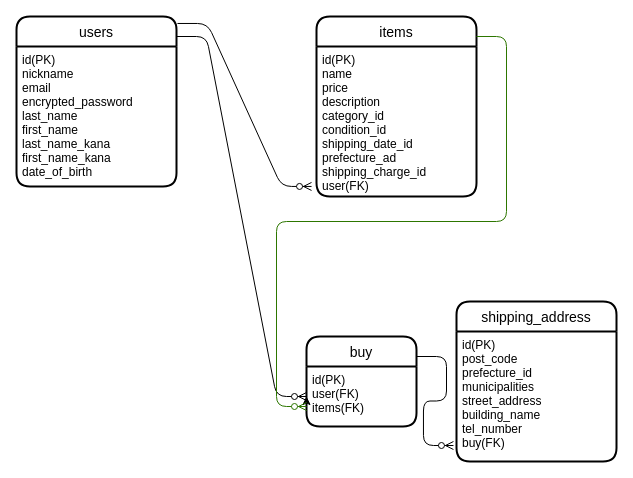
Before: test.dio in naotosun/furima-39880, a draw.io diagram. Source tidied: cells renumbered, new cells numbered last; positions are measured from the earlier drawing's top-left corner, leaving out a move shared by most shapes. Both pictures are drawn from the tidied source at 100%, with x=0, y=0 at pixel (16, 16).
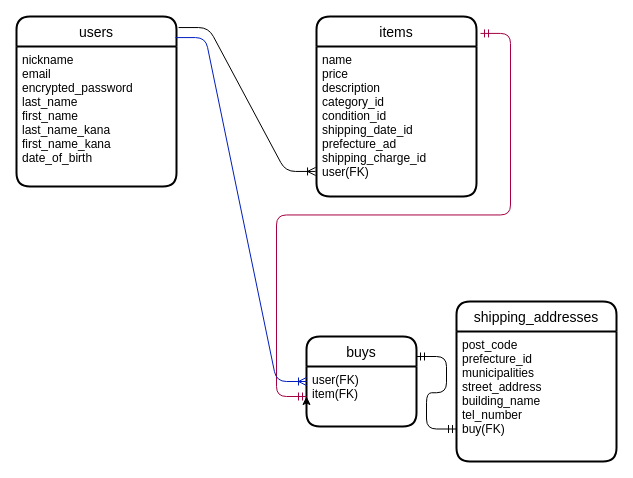
The same page after the edit.

Commit message (it also covers changes not shown here):
DB設計修正後

Diff of the diagram source:
```diff
@@
 <mxGraphModel>
   <root>
     <mxCell id="0" />
     <mxCell id="1" parent="0" />
     <mxCell id="2" value="users" style="swimlane;horizontal=1;startSize=30;rounded=1;fontSize=14;fontStyle=0;strokeWidth=2;shadow=0;dashed=0;align=center;" parent="1" vertex="1">
       <mxGeometry width="160" height="170" as="geometry" />
     </mxCell>
-    <mxCell id="3" value="id(PK)&#10;nickname&#10;email&#10;encrypted_password&#10;last_name&#10;first_name&#10;last_name_kana&#10;first_name_kana&#10;date_of_birth" style="align=left;strokeColor=none;fillColor=none;spacingLeft=4;fontSize=12;verticalAlign=top;" parent="2" vertex="1">
+    <mxCell id="3" value="nickname&#10;email&#10;encrypted_password&#10;last_name&#10;first_name&#10;last_name_kana&#10;first_name_kana&#10;date_of_birth" style="align=left;strokeColor=none;fillColor=none;spacingLeft=4;fontSize=12;verticalAlign=top;" parent="2" vertex="1">
       <mxGeometry y="30" width="160" height="140" as="geometry" />
     </mxCell>
     <mxCell id="4" value="items" style="swimlane;horizontal=1;startSize=30;rounded=1;fontSize=14;fontStyle=0;strokeWidth=2;shadow=0;dashed=0;align=center;" parent="1" vertex="1">
       <mxGeometry x="300" width="160" height="180" as="geometry" />
     </mxCell>
-    <mxCell id="5" value="id(PK)&#10;name&#10;price&#10;description&#10;category_id&#10;condition_id&#10;shipping_date_id&#10;prefecture_ad&#10;shipping_charge_id&#10;user(FK)&#10;" style="align=left;strokeColor=none;fillColor=none;spacingLeft=4;fontSize=12;verticalAlign=top;" parent="4" vertex="1">
+    <mxCell id="5" value="name&#10;price&#10;description&#10;category_id&#10;condition_id&#10;shipping_date_id&#10;prefecture_ad&#10;shipping_charge_id&#10;user(FK)&#10;" style="align=left;strokeColor=none;fillColor=none;spacingLeft=4;fontSize=12;verticalAlign=top;" parent="4" vertex="1">
       <mxGeometry y="30" width="160" height="150" as="geometry" />
     </mxCell>
-    <mxCell id="6" style="edgeStyle=entityRelationEdgeStyle;fontSize=12;html=1;endArrow=ERzeroToMany;endFill=1;exitX=1.006;exitY=0.041;exitDx=0;exitDy=0;exitPerimeter=0;entryX=-0.031;entryY=0.933;entryDx=0;entryDy=0;entryPerimeter=0;" parent="1" edge="1" source="2" target="5">
-      <mxGeometry relative="1" as="geometry" />
-    </mxCell>
-    <mxCell id="7" value="shipping_address" style="swimlane;horizontal=1;startSize=30;rounded=1;fontSize=14;fontStyle=0;strokeWidth=2;shadow=0;dashed=0;align=center;" parent="1" vertex="1">
+    <mxCell id="7" value="shipping_addresses" style="swimlane;horizontal=1;startSize=30;rounded=1;fontSize=14;fontStyle=0;strokeWidth=2;shadow=0;dashed=0;align=center;" parent="1" vertex="1">
       <mxGeometry x="440" y="285" width="160" height="160" as="geometry" />
     </mxCell>
-    <mxCell id="8" value="id(PK)&#10;post_code&#10;prefecture_id &#10;municipalities&#10;street_address&#10;building_name&#10;tel_number &#10;buy(FK)" style="align=left;strokeColor=none;fillColor=none;spacingLeft=4;fontSize=12;verticalAlign=top;" parent="7" vertex="1">
+    <mxCell id="8" value="post_code&#10;prefecture_id &#10;municipalities&#10;street_address&#10;building_name&#10;tel_number &#10;buy(FK)" style="align=left;strokeColor=none;fillColor=none;spacingLeft=4;fontSize=12;verticalAlign=top;" parent="7" vertex="1">
       <mxGeometry y="30" width="160" height="130" as="geometry" />
     </mxCell>
-    <mxCell id="9" value="buy" style="swimlane;horizontal=1;startSize=30;rounded=1;fontSize=14;fontStyle=0;strokeWidth=2;shadow=0;dashed=0;align=center;" parent="1" vertex="1">
+    <mxCell id="9" value="buys" style="swimlane;horizontal=1;startSize=30;rounded=1;fontSize=14;fontStyle=0;strokeWidth=2;shadow=0;dashed=0;align=center;" parent="1" vertex="1">
       <mxGeometry x="290" y="320" width="110" height="90" as="geometry" />
     </mxCell>
-    <mxCell id="10" value="id(PK)&#10;user(FK)&#10;items(FK)" style="align=left;strokeColor=none;fillColor=none;spacingLeft=4;fontSize=12;verticalAlign=top;" parent="9" vertex="1">
+    <mxCell id="10" value="user(FK)&#10;item(FK)" style="align=left;strokeColor=none;fillColor=none;spacingLeft=4;fontSize=12;verticalAlign=top;" parent="9" vertex="1">
       <mxGeometry y="30" width="110" height="60" as="geometry" />
     </mxCell>
     <mxCell id="11" style="edgeStyle=none;html=1;exitX=0;exitY=0.75;exitDx=0;exitDy=0;entryX=0;entryY=0.5;entryDx=0;entryDy=0;" parent="9" edge="1" source="10" target="10">
       <mxGeometry relative="1" as="geometry" />
     </mxCell>
-    <mxCell id="12" style="edgeStyle=entityRelationEdgeStyle;fontSize=12;html=1;endArrow=ERzeroToMany;endFill=1;entryX=0;entryY=0.5;entryDx=0;entryDy=0;" parent="1" edge="1" target="10">
-      <mxGeometry relative="1" as="geometry">
-        <mxPoint x="160" y="20" as="sourcePoint" />
-      </mxGeometry>
-    </mxCell>
-    <mxCell id="13" style="edgeStyle=entityRelationEdgeStyle;fontSize=12;html=1;endArrow=ERzeroToMany;endFill=1;fillColor=#60a917;strokeColor=#2D7600;" parent="1" edge="1">
-      <mxGeometry relative="1" as="geometry">
-        <mxPoint x="460" y="20" as="sourcePoint" />
-        <mxPoint x="290" y="390" as="targetPoint" />
-      </mxGeometry>
-    </mxCell>
-    <mxCell id="14" style="edgeStyle=entityRelationEdgeStyle;fontSize=12;html=1;endArrow=ERzeroToMany;endFill=1;entryX=-0.019;entryY=0.877;entryDx=0;entryDy=0;entryPerimeter=0;" parent="1" edge="1" target="8">
-      <mxGeometry relative="1" as="geometry">
-        <mxPoint x="400" y="340" as="sourcePoint" />
-      </mxGeometry>
-    </mxCell>
+    <mxCell id="15" style="edgeStyle=entityRelationEdgeStyle;fontSize=12;html=1;endArrow=ERmandOne;startArrow=ERmandOne;fillColor=#d80073;strokeColor=#A50040;exitX=1.025;exitY=0.094;exitDx=0;exitDy=0;exitPerimeter=0;" parent="1" edge="1" source="4">
+      <mxGeometry relative="1" as="geometry">
+        <mxPoint x="290" y="380" as="targetPoint" />
+      </mxGeometry>
+    </mxCell>
+    <mxCell id="16" style="edgeStyle=entityRelationEdgeStyle;fontSize=12;html=1;endArrow=ERmandOne;startArrow=ERmandOne;entryX=0;entryY=0.75;entryDx=0;entryDy=0;" parent="1" edge="1" target="8">
+      <mxGeometry relative="1" as="geometry">
+        <mxPoint x="400" y="340" as="sourcePoint" />
+      </mxGeometry>
+    </mxCell>
+    <mxCell id="6" style="edgeStyle=entityRelationEdgeStyle;fontSize=12;html=1;endArrow=ERoneToMany;entryX=-0.006;entryY=0.833;entryDx=0;entryDy=0;entryPerimeter=0;exitX=1.013;exitY=0.065;exitDx=0;exitDy=0;exitPerimeter=0;" parent="1" edge="1" source="2" target="5">
+      <mxGeometry relative="1" as="geometry" />
+    </mxCell>
+    <mxCell id="17" style="edgeStyle=entityRelationEdgeStyle;fontSize=12;html=1;endArrow=ERoneToMany;exitX=0.994;exitY=0.124;exitDx=0;exitDy=0;exitPerimeter=0;entryX=0;entryY=0.5;entryDx=0;entryDy=0;fillColor=#0050ef;strokeColor=#001DBC;" parent="1" edge="1" source="2" target="9">
+      <mxGeometry relative="1" as="geometry" />
+    </mxCell>
   </root>
 </mxGraphModel>
```
